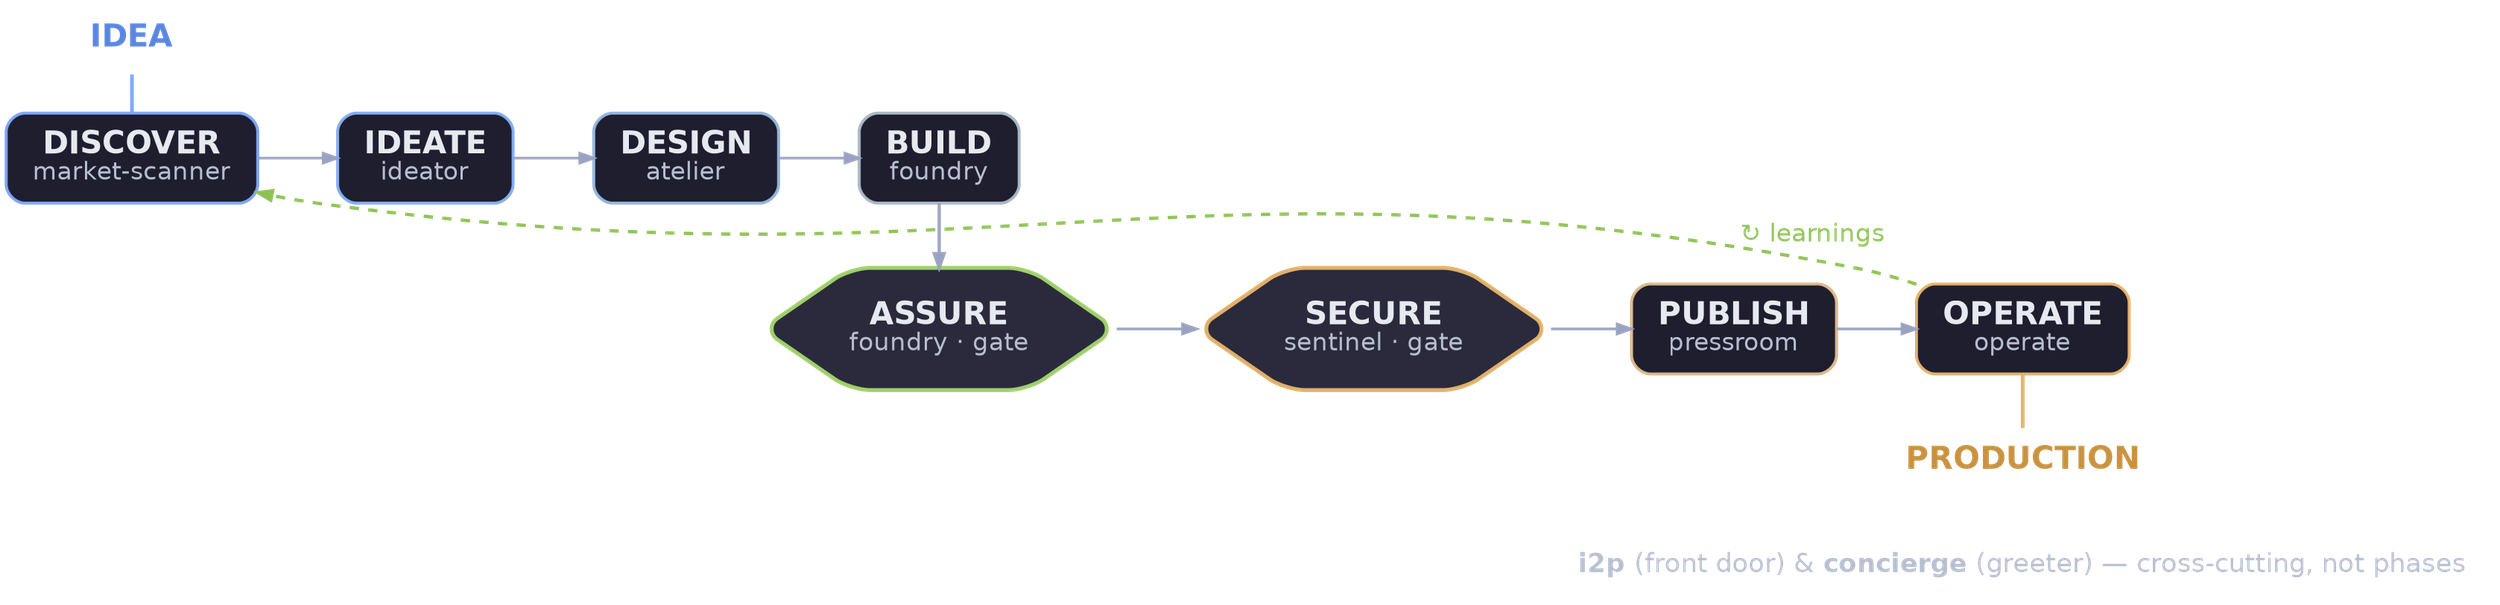
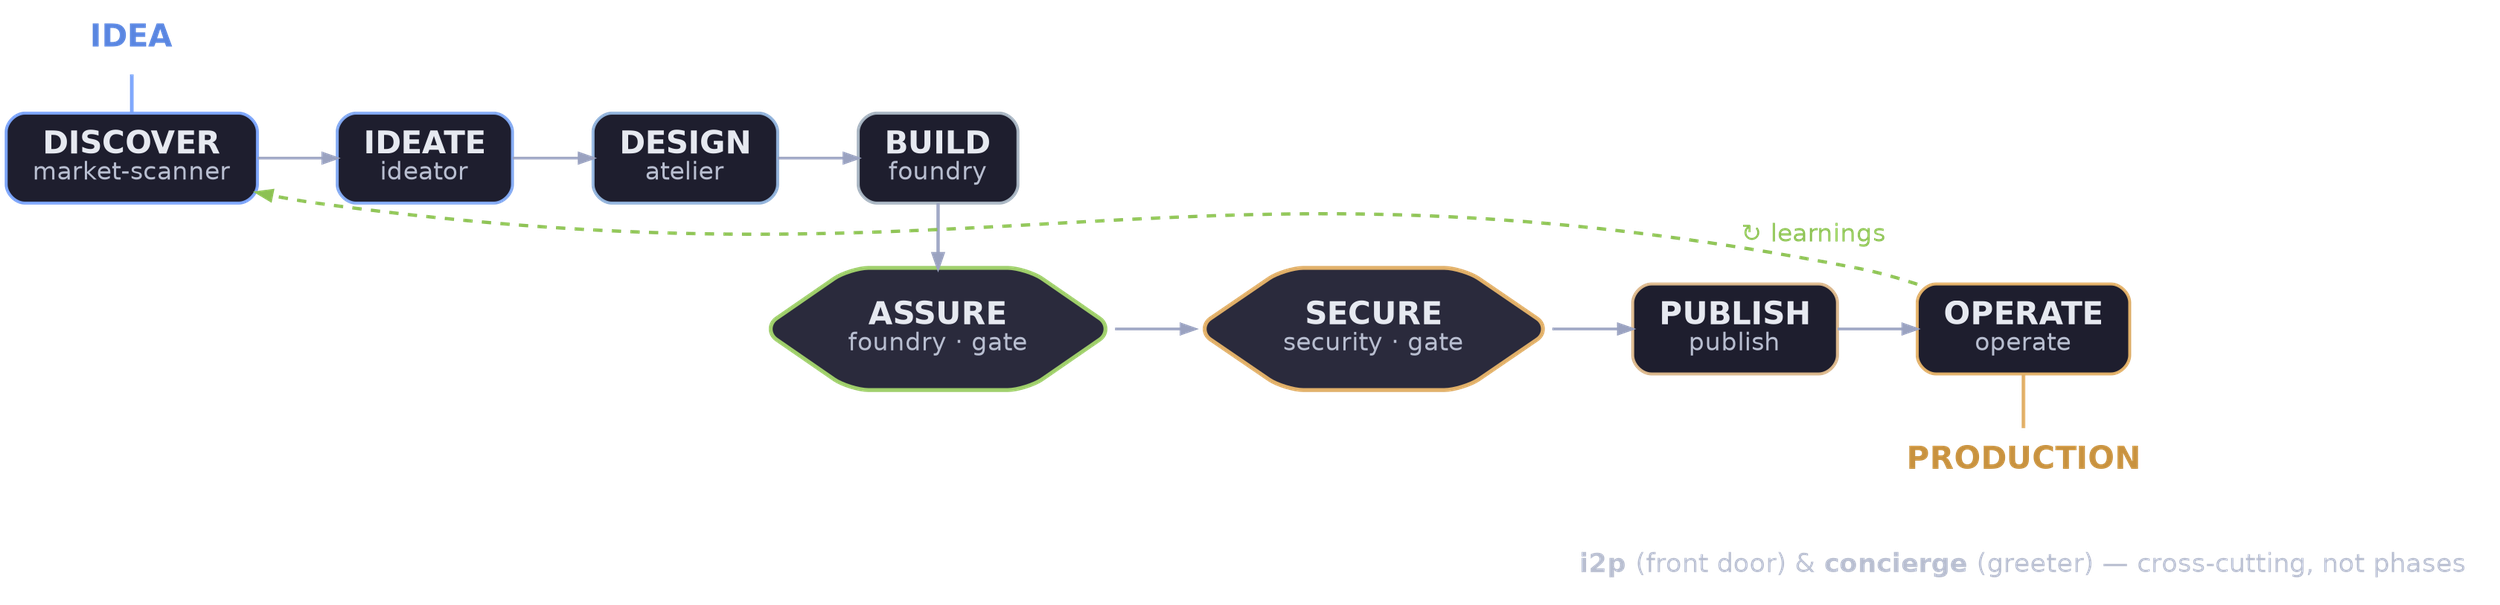
digraph ValueFlow {
  bgcolor="transparent"
  rankdir=TB
  nodesep=0.36
  ranksep=0.34
  splines=true

  node [shape=box, style="filled,rounded", fillcolor="#1e1e2e",
        color="#9aa2c0", fontcolor="#e6e9f0", fontname="DejaVu Sans",
        fontsize=20, penwidth=1.9, margin="0.24,0.15"]
  edge [color="#9aa2c0", fontcolor="#b8bed0", fontname="DejaVu Sans",
        fontsize=16, penwidth=1.7, arrowsize=0.9]

  idea [label=<<b>IDEA</b>>, shape=plaintext, style="", fontcolor="#5a86e0",
        fontname="DejaVu Sans", fontsize=20, penwidth=0]
  prod [label=<<b>PRODUCTION</b>>, shape=plaintext, style="", fontcolor="#c8923f",
        fontname="DejaVu Sans", fontsize=20, penwidth=0]

  discover [label=<<b>DISCOVER</b><br/><font color="#b8bed0" point-size="16">market-scanner</font>>, color="#7aa2f7"]
  ideate   [label=<<b>IDEATE</b><br/><font color="#b8bed0" point-size="16">ideator</font>>,        color="#82a8f0"]
  design   [label=<<b>DESIGN</b><br/><font color="#b8bed0" point-size="16">atelier</font>>,         color="#8fb0d8"]
  build    [label=<<b>BUILD</b><br/><font color="#b8bed0" point-size="16">foundry</font>>,          color="#a6b3c0"]

  assure [label=<<b>ASSURE</b><br/><font color="#b8bed0" point-size="16">foundry &middot; gate</font>>,
          shape=hexagon, fillcolor="#2a2a3c", color="#9ece6a", penwidth=2.5, margin="0.16,0.08"]
-   secure [label=<<b>SECURE</b><br/><font color="#b8bed0" point-size="16">sentinel &middot; gate</font>>,
+   secure [label=<<b>SECURE</b><br/><font color="#b8bed0" point-size="16">security &middot; gate</font>>,
          shape=hexagon, fillcolor="#2a2a3c", color="#e0af68", penwidth=2.5, margin="0.16,0.08"]

-   publish  [label=<<b>PUBLISH</b><br/><font color="#b8bed0" point-size="16">pressroom</font>>,       color="#d8b58a"]
+   publish  [label=<<b>PUBLISH</b><br/><font color="#b8bed0" point-size="16">publish</font>>,       color="#d8b58a"]
  operate  [label=<<b>OPERATE</b><br/><font color="#b8bed0" point-size="16">operate</font>>, color="#e0af68"]

  // top row = 4 phases; bottom row = 4 phases (each ~half the original width)
  { rank=same; discover; ideate; design; build }
  { rank=same; assure; secure; publish; operate }

  // IDEA sits above DISCOVER; PRODUCTION below OPERATE — vertical end-caps, off the rows
  idea -> discover [color="#7aa2f7", arrowhead=none, penwidth=2.3]
  operate -> prod [color="#e0af68", arrowhead=none, penwidth=2.3]

  discover -> ideate [weight=100]
  ideate   -> design  [weight=100]
  design   -> build   [weight=100]

  assure   -> secure  [weight=100]
  secure   -> publish [weight=100]
  publish  -> operate [weight=100]

  // wrap connector BUILD -> ASSURE between the two rows
  build -> assure [weight=1, color="#9aa2c0", penwidth=2.1]

  // cyclic return OPERATE -> DISCOVER
  operate -> discover [constraint=false, style=dashed, color="#8cc153",
                       fontcolor="#8cc153", penwidth=2.1, fontsize=16,
                       label="&#8635; learnings", labelfloat=false]

  // meta caption beneath, on its own rank, legible
  meta [shape=plaintext, style="", penwidth=0,
        fontcolor="#b8bed0", margin="0.24,0.15",
        label=<<font point-size="17"><b>i2p</b> (front door) &amp; <b>concierge</b> (greeter) &mdash; cross-cutting, not phases</font>>]
  prod -> meta [style=invis]
}
